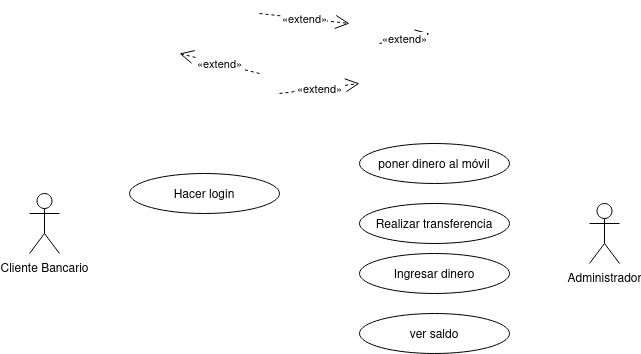
The draw.io diagram Sistema de Cajero Automático ATM/Sistema de Cajero Automático ATM.drawio.png in RafaelMayor/ETS, before a commit. Source tidied: cells renumbered, new cells last; positions are measured from the earlier drawing's top-left corner, leaving out a move shared by most shapes. The source it was exported from:
```xml
<mxGraphModel>
  <root>
    <mxCell id="0" />
    <mxCell id="1" parent="0" />
    <mxCell id="2" value="Administrador" style="shape=umlActor;verticalLabelPosition=bottom;verticalAlign=top;html=1;outlineConnect=0;" parent="1" vertex="1">
      <mxGeometry x="560" y="190" width="30" height="60" as="geometry" />
    </mxCell>
    <mxCell id="3" value="Cliente Bancario" style="shape=umlActor;verticalLabelPosition=bottom;verticalAlign=top;html=1;outlineConnect=0;" parent="1" vertex="1">
      <mxGeometry y="180" width="30" height="60" as="geometry" />
    </mxCell>
    <mxCell id="4" value="ver saldo" style="ellipse;whiteSpace=wrap;html=1;" parent="1" vertex="1">
      <mxGeometry x="330" y="300" width="150" height="40" as="geometry" />
    </mxCell>
    <mxCell id="5" value="Ingresar dinero" style="ellipse;whiteSpace=wrap;html=1;" parent="1" vertex="1">
      <mxGeometry x="330" y="240" width="150" height="40" as="geometry" />
    </mxCell>
    <mxCell id="6" value="Realizar transferencia" style="ellipse;whiteSpace=wrap;html=1;" parent="1" vertex="1">
      <mxGeometry x="330" y="190" width="150" height="40" as="geometry" />
    </mxCell>
    <mxCell id="7" value="Hacer login" style="ellipse;whiteSpace=wrap;html=1;" parent="1" vertex="1">
      <mxGeometry x="100" y="160" width="150" height="40" as="geometry" />
    </mxCell>
    <mxCell id="8" value="poner dinero al móvil" style="ellipse;whiteSpace=wrap;html=1;" parent="1" vertex="1">
      <mxGeometry x="330" y="130" width="150" height="40" as="geometry" />
    </mxCell>
    <mxCell id="9" value="«extend»" style="endArrow=open;endSize=12;dashed=1;html=1;rounded=0;" parent="1" edge="1">
      <mxGeometry relative="1" as="geometry">
        <mxPoint x="350" y="30" as="sourcePoint" />
        <mxPoint x="400" y="20" as="targetPoint" />
      </mxGeometry>
    </mxCell>
    <mxCell id="10" value="«extend»" style="endArrow=open;endSize=12;dashed=1;html=1;rounded=0;" parent="1" edge="1">
      <mxGeometry relative="1" as="geometry">
        <mxPoint x="230" as="sourcePoint" />
        <mxPoint x="320" y="10" as="targetPoint" />
      </mxGeometry>
    </mxCell>
    <mxCell id="11" value="«extend»" style="endArrow=open;endSize=12;dashed=1;html=1;rounded=0;" parent="1" edge="1">
      <mxGeometry relative="1" as="geometry">
        <mxPoint x="250" y="80" as="sourcePoint" />
        <mxPoint x="330" y="70" as="targetPoint" />
      </mxGeometry>
    </mxCell>
    <mxCell id="12" value="«extend»" style="endArrow=open;endSize=12;dashed=1;html=1;rounded=0;" parent="1" edge="1">
      <mxGeometry relative="1" as="geometry">
        <mxPoint x="230" y="60" as="sourcePoint" />
        <mxPoint x="150" y="40" as="targetPoint" />
      </mxGeometry>
    </mxCell>
  </root>
</mxGraphModel>
```
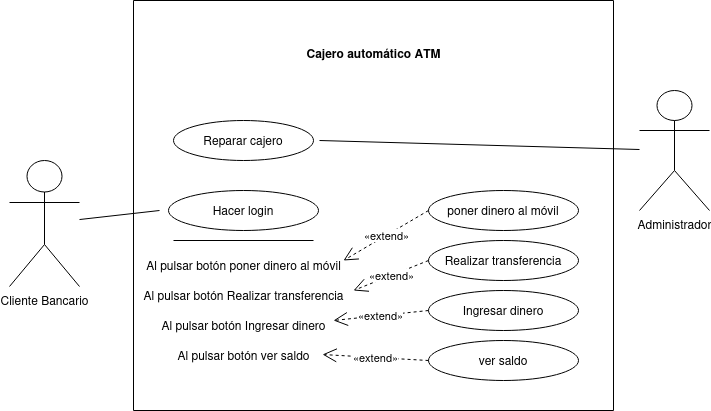
Above is the later version.

What changed in the source:
```diff
@@ -3,49 +3,73 @@
     <mxCell id="0" />
     <mxCell id="1" parent="0" />
     <mxCell id="2" value="Administrador" style="shape=umlActor;verticalLabelPosition=bottom;verticalAlign=top;html=1;outlineConnect=0;" parent="1" vertex="1">
-      <mxGeometry x="560" y="190" width="30" height="60" as="geometry" />
+      <mxGeometry x="560" y="130" width="70" height="120" as="geometry" />
     </mxCell>
     <mxCell id="3" value="Cliente Bancario" style="shape=umlActor;verticalLabelPosition=bottom;verticalAlign=top;html=1;outlineConnect=0;" parent="1" vertex="1">
-      <mxGeometry y="180" width="30" height="60" as="geometry" />
+      <mxGeometry x="-70" y="200" width="70" height="126" as="geometry" />
     </mxCell>
     <mxCell id="4" value="ver saldo" style="ellipse;whiteSpace=wrap;html=1;" parent="1" vertex="1">
-      <mxGeometry x="330" y="300" width="150" height="40" as="geometry" />
+      <mxGeometry x="349" y="380" width="150" height="40" as="geometry" />
     </mxCell>
     <mxCell id="5" value="Ingresar dinero" style="ellipse;whiteSpace=wrap;html=1;" parent="1" vertex="1">
-      <mxGeometry x="330" y="240" width="150" height="40" as="geometry" />
+      <mxGeometry x="349" y="330" width="150" height="40" as="geometry" />
     </mxCell>
     <mxCell id="6" value="Realizar transferencia" style="ellipse;whiteSpace=wrap;html=1;" parent="1" vertex="1">
-      <mxGeometry x="330" y="190" width="150" height="40" as="geometry" />
+      <mxGeometry x="349" y="280" width="150" height="40" as="geometry" />
     </mxCell>
     <mxCell id="7" value="Hacer login" style="ellipse;whiteSpace=wrap;html=1;" parent="1" vertex="1">
-      <mxGeometry x="100" y="160" width="150" height="40" as="geometry" />
+      <mxGeometry x="89" y="230" width="150" height="40" as="geometry" />
     </mxCell>
     <mxCell id="8" value="poner dinero al móvil" style="ellipse;whiteSpace=wrap;html=1;" parent="1" vertex="1">
-      <mxGeometry x="330" y="130" width="150" height="40" as="geometry" />
+      <mxGeometry x="349" y="230" width="150" height="40" as="geometry" />
     </mxCell>
-    <mxCell id="9" value="«extend»" style="endArrow=open;endSize=12;dashed=1;html=1;rounded=0;" parent="1" edge="1">
-      <mxGeometry relative="1" as="geometry">
-        <mxPoint x="350" y="30" as="sourcePoint" />
-        <mxPoint x="400" y="20" as="targetPoint" />
-      </mxGeometry>
+    <mxCell id="9" value="«extend»" style="endArrow=open;endSize=12;dashed=1;html=1;rounded=0;exitX=0;exitY=0.5;exitDx=0;exitDy=0;entryX=0.994;entryY=0.467;entryDx=0;entryDy=0;entryPerimeter=0;" parent="1" edge="1" source="4" target="17">
+      <mxGeometry relative="1" as="geometry" />
     </mxCell>
-    <mxCell id="10" value="«extend»" style="endArrow=open;endSize=12;dashed=1;html=1;rounded=0;" parent="1" edge="1">
-      <mxGeometry relative="1" as="geometry">
-        <mxPoint x="230" as="sourcePoint" />
-        <mxPoint x="320" y="10" as="targetPoint" />
-      </mxGeometry>
+    <mxCell id="10" value="«extend»" style="endArrow=open;endSize=12;dashed=1;html=1;rounded=0;exitX=0;exitY=0.5;exitDx=0;exitDy=0;entryX=0.974;entryY=0.333;entryDx=0;entryDy=0;entryPerimeter=0;" parent="1" edge="1" source="5" target="16">
+      <mxGeometry relative="1" as="geometry" />
     </mxCell>
-    <mxCell id="11" value="«extend»" style="endArrow=open;endSize=12;dashed=1;html=1;rounded=0;" parent="1" edge="1">
+    <mxCell id="11" value="«extend»" style="endArrow=open;endSize=12;dashed=1;html=1;rounded=0;exitX=0;exitY=0.5;exitDx=0;exitDy=0;" parent="1" edge="1" source="8">
       <mxGeometry relative="1" as="geometry">
-        <mxPoint x="250" y="80" as="sourcePoint" />
-        <mxPoint x="330" y="70" as="targetPoint" />
+        <mxPoint x="264" y="300" as="targetPoint" />
       </mxGeometry>
     </mxCell>
-    <mxCell id="12" value="«extend»" style="endArrow=open;endSize=12;dashed=1;html=1;rounded=0;" parent="1" edge="1">
-      <mxGeometry relative="1" as="geometry">
-        <mxPoint x="230" y="60" as="sourcePoint" />
-        <mxPoint x="150" y="40" as="targetPoint" />
-      </mxGeometry>
+    <mxCell id="12" value="«extend»" style="endArrow=open;endSize=12;dashed=1;html=1;rounded=0;exitX=0;exitY=0.5;exitDx=0;exitDy=0;entryX=1;entryY=0.333;entryDx=0;entryDy=0;entryPerimeter=0;" parent="1" edge="1" source="6" target="15">
+      <mxGeometry relative="1" as="geometry" />
     </mxCell>
+    <mxCell id="13" style="line;strokeWidth=1;fillColor=none;align=left;verticalAlign=middle;spacingTop=-1;spacingLeft=3;spacingRight=3;labelPosition=right;strokeColor=inherit;" parent="1" vertex="1">
+      <mxGeometry x="94" y="276" width="140" height="8" as="geometry" />
+    </mxCell>
+    <mxCell id="14" value="Al pulsar botón poner dinero al móvil" style="text;html=1;align=center;verticalAlign=middle;strokeColor=none;fillColor=none;" parent="1" vertex="1">
+      <mxGeometry x="54" y="290" width="220" height="30" as="geometry" />
+    </mxCell>
+    <mxCell id="15" value="Al pulsar botón Realizar transferencia" style="text;html=1;align=center;verticalAlign=middle;points=[];strokeColor=none;fillColor=none;" parent="1" vertex="1">
+      <mxGeometry x="54" y="320" width="220" height="30" as="geometry" />
+    </mxCell>
+    <mxCell id="16" value="Al pulsar botón Ingresar dinero" style="text;html=1;align=center;verticalAlign=middle;points=[];strokeColor=none;fillColor=none;" parent="1" vertex="1">
+      <mxGeometry x="69" y="350" width="190" height="30" as="geometry" />
+    </mxCell>
+    <mxCell id="17" value="Al pulsar botón ver saldo" style="text;html=1;align=center;verticalAlign=middle;points=[];strokeColor=none;fillColor=none;" parent="1" vertex="1">
+      <mxGeometry x="84" y="380" width="160" height="30" as="geometry" />
+    </mxCell>
+    <mxCell id="18" style="endArrow=none;html=1;rounded=0;" parent="1" edge="1" target="3">
+      <mxGeometry relative="1" as="geometry">
+        <mxPoint x="80" y="250" as="sourcePoint" />
+      </mxGeometry>
+    </mxCell>
+    <mxCell id="19" value="Reparar cajero" style="ellipse;whiteSpace=wrap;html=1;" parent="1" vertex="1">
+      <mxGeometry x="94" y="160" width="140" height="40" as="geometry" />
+    </mxCell>
+    <mxCell id="20" style="endArrow=none;html=1;rounded=0;" parent="1" edge="1" target="2">
+      <mxGeometry relative="1" as="geometry">
+        <mxPoint x="240" y="180" as="sourcePoint" />
+      </mxGeometry>
+    </mxCell>
+    <mxCell id="21" style="swimlane;startSize=0;" parent="1" vertex="1">
+      <mxGeometry x="54" y="40" width="480" height="410" as="geometry" />
+    </mxCell>
+    <mxCell id="22" value="&lt;b&gt;Cajero automático ATM&lt;br&gt;&lt;/b&gt;" style="text;html=1;align=center;verticalAlign=middle;strokeColor=none;fillColor=none;" parent="21" vertex="1">
+      <mxGeometry x="160" y="38" width="160" height="30" as="geometry" />
+    </mxCell>
   </root>
 </mxGraphModel>
```
